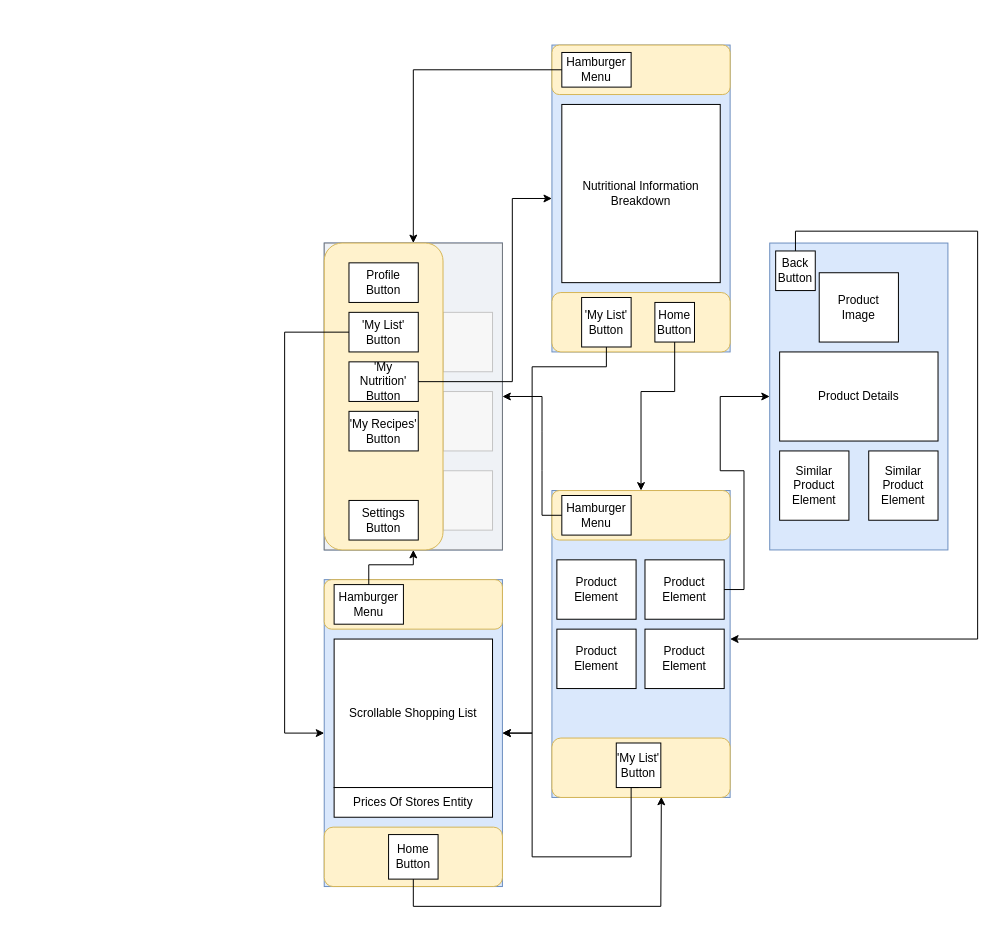
Above: Untitled Diagram.drawio in KyeBarker02/Eat_With_Ease (draw.io), before the change. Source tidied: cells renumbered, new cells numbered last; positions are measured from the earlier drawing's top-left corner, leaving out a move shared by most shapes. Both pictures are drawn from the tidied source at 99%, with x=0, y=0 at pixel (284, 45).
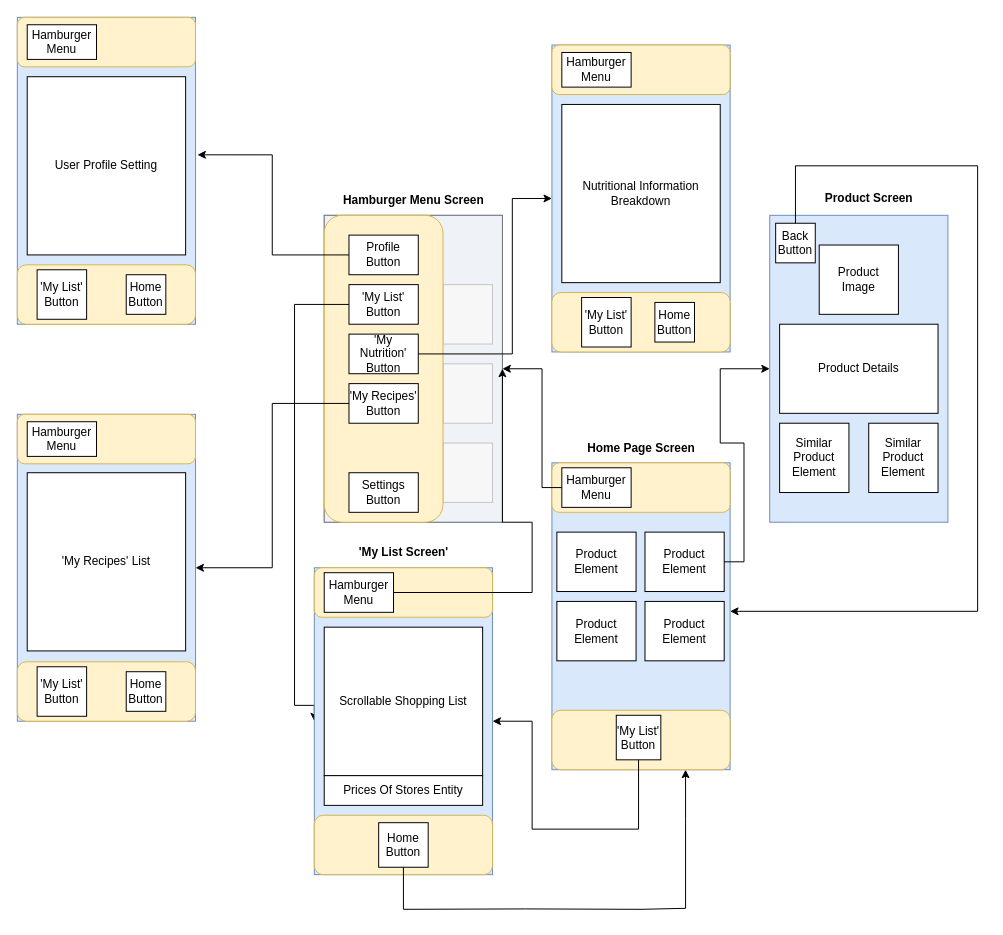
The same diagram, later.

Unchanged cells that the change refers to:
```xml
<mxCell id="4" style="rounded=1;whiteSpace=wrap;html=1;fillColor=#fff2cc;strokeColor=#d6b656;" parent="2" vertex="1">
  <mxGeometry y="250" width="180" height="60" as="geometry" />
</mxCell>
<mxCell id="5" style="rounded=1;whiteSpace=wrap;html=1;fillColor=#fff2cc;strokeColor=#d6b656;" parent="2" vertex="1">
  <mxGeometry width="180" height="50" as="geometry" />
</mxCell>
<mxCell id="6" value="Hamburger Menu" style="rounded=0;whiteSpace=wrap;html=1;" parent="2" vertex="1">
  <mxGeometry x="10" y="5" width="70" height="40" as="geometry" />
</mxCell>
<mxCell id="8" value="Product Element" style="rounded=0;whiteSpace=wrap;html=1;strokeColor=default;align=center;verticalAlign=middle;fontFamily=Helvetica;fontSize=12;fontColor=default;fillColor=default;" parent="2" vertex="1">
  <mxGeometry x="94" y="70" width="80" height="60" as="geometry" />
</mxCell>
<mxCell id="11" value="'My List' Button" style="rounded=0;whiteSpace=wrap;html=1;" parent="2" vertex="1">
  <mxGeometry x="65" y="255" width="45" height="45" as="geometry" />
</mxCell>
<mxCell id="15" style="rounded=0;whiteSpace=wrap;html=1;fillColor=#dae8fc;strokeColor=#6c8ebf;" parent="14" vertex="1">
  <mxGeometry width="180" height="310" as="geometry" />
</mxCell>
<mxCell id="18" value="Back Button" style="rounded=0;whiteSpace=wrap;html=1;" parent="14" vertex="1">
  <mxGeometry x="6" y="8" width="40" height="40" as="geometry" />
</mxCell>
<mxCell id="26" style="rounded=0;whiteSpace=wrap;html=1;fillStyle=auto;glass=0;shadow=0;opacity=80;fillColor=#f5f5f5;fontColor=#333333;strokeColor=#666666;" parent="21" vertex="1">
  <mxGeometry width="180" height="310" as="geometry" />
</mxCell>
<mxCell id="27" style="rounded=1;whiteSpace=wrap;html=1;fillColor=#fff2cc;strokeColor=#d6b656;" parent="21" vertex="1">
  <mxGeometry width="120" height="310" as="geometry" />
</mxCell>
<mxCell id="28" value="Profile Button" style="rounded=0;whiteSpace=wrap;html=1;" parent="21" vertex="1">
  <mxGeometry x="25" y="20" width="70" height="40" as="geometry" />
</mxCell>
<mxCell id="29" value="'My List' Button" style="rounded=0;whiteSpace=wrap;html=1;" parent="21" vertex="1">
  <mxGeometry x="25" y="70" width="70" height="40" as="geometry" />
</mxCell>
<mxCell id="30" value="'My Nutrition' Button" style="rounded=0;whiteSpace=wrap;html=1;" parent="21" vertex="1">
  <mxGeometry x="25" y="120" width="70" height="40" as="geometry" />
</mxCell>
<mxCell id="31" value="'My Recipes' Button" style="rounded=0;whiteSpace=wrap;html=1;" parent="21" vertex="1">
  <mxGeometry x="25" y="170" width="70" height="40" as="geometry" />
</mxCell>
<mxCell id="37" style="rounded=0;whiteSpace=wrap;html=1;fillColor=#dae8fc;strokeColor=#6c8ebf;" parent="36" vertex="1">
  <mxGeometry width="180" height="310" as="geometry" />
</mxCell>
<mxCell id="40" value="Hamburger Menu" style="rounded=0;whiteSpace=wrap;html=1;" parent="36" vertex="1">
  <mxGeometry x="10" y="5" width="70" height="40" as="geometry" />
</mxCell>
<mxCell id="41" value="Home Button" style="rounded=0;whiteSpace=wrap;html=1;" parent="36" vertex="1">
  <mxGeometry x="65" y="257.5" width="50" height="45" as="geometry" />
</mxCell>
<mxCell id="44" style="rounded=0;whiteSpace=wrap;html=1;fillColor=#dae8fc;strokeColor=#6c8ebf;" parent="1" vertex="1">
  <mxGeometry x="270" width="180" height="310" as="geometry" />
</mxCell>
<mxCell id="47" value="Home Button" style="rounded=0;whiteSpace=wrap;html=1;" parent="1" vertex="1">
  <mxGeometry x="374" y="260" width="40" height="40" as="geometry" />
</mxCell>
<mxCell id="48" value="'My List' Button" style="rounded=0;whiteSpace=wrap;html=1;" parent="1" vertex="1">
  <mxGeometry x="300" y="255" width="50" height="50" as="geometry" />
</mxCell>
<mxCell id="50" value="Hamburger Menu" style="rounded=0;whiteSpace=wrap;html=1;" parent="1" vertex="1">
  <mxGeometry x="280" y="7.5" width="70" height="35" as="geometry" />
</mxCell>
```

What changed in the source:
```diff
@@
     <mxCell id="2" style="group;" parent="1" vertex="1">
-      <mxGeometry x="270" y="450" width="185" height="310" as="geometry" />
+      <mxGeometry x="270" y="422" width="185" height="310" as="geometry" />
     </mxCell>
@@
     <mxCell id="12" style="endArrow=classic;html=1;rounded=0;exitX=0;exitY=0.5;exitDx=0;exitDy=0;entryX=1;entryY=0.5;entryDx=0;entryDy=0;" parent="1" edge="1" source="6" target="26">
       <mxGeometry relative="1" as="geometry">
         <Array as="points">
-          <mxPoint x="260" y="475" />
-          <mxPoint x="260" y="430" />
-          <mxPoint x="260" y="390" />
-          <mxPoint x="260" y="355" />
+          <mxPoint x="260" y="447" />
+          <mxPoint x="260" y="402" />
+          <mxPoint x="260" y="362" />
+          <mxPoint x="260" y="327" />
         </Array>
       </mxGeometry>
     </mxCell>
     <mxCell id="13" style="edgeStyle=orthogonalEdgeStyle;rounded=0;jettySize=auto;html=1;exitX=1;exitY=0.5;exitDx=0;exitDy=0;entryX=0;entryY=0.5;entryDx=0;entryDy=0;" parent="1" edge="1" source="8" target="15">
       <mxGeometry relative="1" as="geometry">
         <Array as="points">
-          <mxPoint x="464" y="550" />
-          <mxPoint x="464" y="430" />
-          <mxPoint x="440" y="430" />
-          <mxPoint x="440" y="355" />
+          <mxPoint x="464" y="522" />
+          <mxPoint x="464" y="402" />
+          <mxPoint x="440" y="402" />
+          <mxPoint x="440" y="327" />
         </Array>
       </mxGeometry>
     </mxCell>
     <mxCell id="14" style="group;" parent="1" vertex="1">
-      <mxGeometry x="490" y="200" width="180" height="310" as="geometry" />
+      <mxGeometry x="490" y="172" width="180" height="310" as="geometry" />
     </mxCell>
@@
     <mxCell id="21" style="group;" parent="1" vertex="1">
-      <mxGeometry x="40" y="200" width="180" height="310" as="geometry" />
+      <mxGeometry x="40" y="172" width="180" height="310" as="geometry" />
     </mxCell>
@@
     <mxCell id="33" style="edgeStyle=orthogonalEdgeStyle;rounded=0;jettySize=auto;html=1;exitX=0.5;exitY=0;exitDx=0;exitDy=0;" parent="1" edge="1" source="18">
       <mxGeometry relative="1" as="geometry">
-        <mxPoint x="450" y="600" as="targetPoint" />
+        <mxPoint x="450" y="572" as="targetPoint" />
         <Array as="points">
-          <mxPoint x="516" y="188" />
-          <mxPoint x="700" y="188" />
-          <mxPoint x="700" y="600" />
-          <mxPoint x="450" y="600" />
+          <mxPoint x="516" y="122" />
+          <mxPoint x="700" y="122" />
+          <mxPoint x="700" y="572" />
         </Array>
       </mxGeometry>
     </mxCell>
     <mxCell id="34" style="edgeStyle=orthogonalEdgeStyle;rounded=0;jettySize=auto;html=1;exitX=0.5;exitY=1;exitDx=0;exitDy=0;entryX=1;entryY=0.5;entryDx=0;entryDy=0;" parent="1" edge="1" source="11" target="37">
       <mxGeometry relative="1" as="geometry">
         <Array as="points">
-          <mxPoint x="350" y="820" />
-          <mxPoint x="250" y="820" />
-          <mxPoint x="250" y="695" />
+          <mxPoint x="358" y="792" />
+          <mxPoint x="250" y="792" />
+          <mxPoint x="250" y="683" />
         </Array>
       </mxGeometry>
     </mxCell>
     <mxCell id="35" style="edgeStyle=orthogonalEdgeStyle;rounded=0;jettySize=auto;html=1;exitX=0;exitY=0.5;exitDx=0;exitDy=0;entryX=0;entryY=0.5;entryDx=0;entryDy=0;" parent="1" edge="1" source="29" target="37">
       <mxGeometry relative="1" as="geometry">
         <Array as="points">
-          <mxPoint y="290" />
-          <mxPoint y="695" />
+          <mxPoint x="10" y="262" />
+          <mxPoint x="10" y="667" />
         </Array>
       </mxGeometry>
     </mxCell>
     <mxCell id="36" style="group;" parent="1" vertex="1">
-      <mxGeometry x="40" y="540" width="180" height="310" as="geometry" />
+      <mxGeometry x="30" y="528" width="180" height="310" as="geometry" />
     </mxCell>
@@
     <mxCell id="51" style="endArrow=classic;html=1;rounded=0;exitX=1;exitY=0.5;exitDx=0;exitDy=0;entryX=0;entryY=0.5;entryDx=0;entryDy=0;" parent="1" edge="1" source="30" target="44">
       <mxGeometry relative="1" as="geometry">
         <Array as="points">
-          <mxPoint x="230" y="340" />
+          <mxPoint x="230" y="312" />
           <mxPoint x="230" y="155" />
         </Array>
       </mxGeometry>
     </mxCell>
-    <mxCell id="52" style="endArrow=classic;html=1;rounded=0;exitX=0;exitY=0.5;exitDx=0;exitDy=0;entryX=0.75;entryY=0;entryDx=0;entryDy=0;" parent="1" edge="1" source="50" target="27">
-      <mxGeometry relative="1" as="geometry">
-        <Array as="points">
-          <mxPoint x="130" y="25" />
-        </Array>
-      </mxGeometry>
-    </mxCell>
-    <mxCell id="53" style="endArrow=classic;html=1;rounded=0;exitX=0.5;exitY=1;exitDx=0;exitDy=0;entryX=0.5;entryY=0;entryDx=0;entryDy=0;" parent="1" edge="1" source="47" target="5">
-      <mxGeometry relative="1" as="geometry">
-        <Array as="points">
-          <mxPoint x="394" y="350" />
-          <mxPoint x="360" y="350" />
-        </Array>
-      </mxGeometry>
-    </mxCell>
-    <mxCell id="54" style="endArrow=classic;html=1;rounded=0;exitX=0.5;exitY=1;exitDx=0;exitDy=0;" parent="1" edge="1" source="48">
-      <mxGeometry relative="1" as="geometry">
-        <mxPoint x="220" y="695" as="targetPoint" />
-        <Array as="points">
-          <mxPoint x="325" y="325" />
-          <mxPoint x="250" y="325" />
-          <mxPoint x="250" y="695" />
-        </Array>
-      </mxGeometry>
-    </mxCell>
-    <mxCell id="55" style="edgeStyle=orthogonalEdgeStyle;rounded=0;jettySize=auto;html=1;exitX=0.5;exitY=0;exitDx=0;exitDy=0;entryX=0.75;entryY=1;entryDx=0;entryDy=0;" parent="1" edge="1" source="40" target="27">
-      <mxGeometry relative="1" as="geometry" />
+    <mxCell id="55" style="edgeStyle=orthogonalEdgeStyle;rounded=0;jettySize=auto;html=1;exitX=1;exitY=0.5;exitDx=0;exitDy=0;entryX=1;entryY=0.5;entryDx=0;entryDy=0;" parent="1" edge="1" source="40" target="26">
+      <mxGeometry relative="1" as="geometry">
+        <Array as="points">
+          <mxPoint x="250" y="553" />
+          <mxPoint x="250" y="482" />
+          <mxPoint x="220" y="482" />
+        </Array>
+      </mxGeometry>
     </mxCell>
-    <mxCell id="56" style="endArrow=classic;html=1;rounded=0;exitX=0.5;exitY=1;exitDx=0;exitDy=0;entryX=0.614;entryY=0.99;entryDx=0;entryDy=0;entryPerimeter=0;" parent="1" edge="1" source="41" target="4">
+    <mxCell id="56" style="endArrow=classic;html=1;rounded=0;exitX=0.5;exitY=1;exitDx=0;exitDy=0;entryX=0.75;entryY=1;entryDx=0;entryDy=0;" parent="1" edge="1" source="41" target="4">
       <mxGeometry relative="1" as="geometry">
         <Array as="points">
-          <mxPoint x="130" y="870" />
-          <mxPoint x="380" y="870" />
+          <mxPoint x="120" y="873" />
+          <mxPoint x="243.5" y="872.6" />
+          <mxPoint x="360" y="873" />
+          <mxPoint x="405" y="872" />
+          <mxPoint x="405" y="782" />
         </Array>
       </mxGeometry>
     </mxCell>
+    <mxCell id="57" style="rounded=0;whiteSpace=wrap;html=1;fillColor=#dae8fc;strokeColor=#6c8ebf;" parent="1" vertex="1">
+      <mxGeometry x="-270" y="-28" width="180" height="310" as="geometry" />
+    </mxCell>
+    <mxCell id="58" style="rounded=1;whiteSpace=wrap;html=1;fillColor=#fff2cc;strokeColor=#d6b656;" parent="1" vertex="1">
+      <mxGeometry x="-270" y="222" width="180" height="60" as="geometry" />
+    </mxCell>
+    <mxCell id="59" style="rounded=1;whiteSpace=wrap;html=1;fillColor=#fff2cc;strokeColor=#d6b656;" parent="1" vertex="1">
+      <mxGeometry x="-270" y="-28" width="180" height="50" as="geometry" />
+    </mxCell>
+    <mxCell id="60" value="Hamburger Menu" style="rounded=0;whiteSpace=wrap;html=1;" parent="1" vertex="1">
+      <mxGeometry x="-260" y="-20.5" width="70" height="35" as="geometry" />
+    </mxCell>
+    <mxCell id="61" value="'My List' Button" style="rounded=0;whiteSpace=wrap;html=1;" parent="1" vertex="1">
+      <mxGeometry x="-250" y="227" width="50" height="50" as="geometry" />
+    </mxCell>
+    <mxCell id="62" value="Home Button" style="rounded=0;whiteSpace=wrap;html=1;" parent="1" vertex="1">
+      <mxGeometry x="-160" y="232" width="40" height="40" as="geometry" />
+    </mxCell>
+    <mxCell id="63" style="rounded=0;whiteSpace=wrap;html=1;fillColor=#dae8fc;strokeColor=#6c8ebf;" parent="1" vertex="1">
+      <mxGeometry x="-270" y="373" width="180" height="310" as="geometry" />
+    </mxCell>
+    <mxCell id="64" style="rounded=1;whiteSpace=wrap;html=1;fillColor=#fff2cc;strokeColor=#d6b656;" parent="1" vertex="1">
+      <mxGeometry x="-270" y="623" width="180" height="60" as="geometry" />
+    </mxCell>
+    <mxCell id="65" style="rounded=1;whiteSpace=wrap;html=1;fillColor=#fff2cc;strokeColor=#d6b656;" parent="1" vertex="1">
+      <mxGeometry x="-270" y="373" width="180" height="50" as="geometry" />
+    </mxCell>
+    <mxCell id="66" value="Hamburger Menu" style="rounded=0;whiteSpace=wrap;html=1;" parent="1" vertex="1">
+      <mxGeometry x="-260" y="380.5" width="70" height="35" as="geometry" />
+    </mxCell>
+    <mxCell id="67" value="'My List' Button" style="rounded=0;whiteSpace=wrap;html=1;" parent="1" vertex="1">
+      <mxGeometry x="-250" y="628" width="50" height="50" as="geometry" />
+    </mxCell>
+    <mxCell id="68" value="Home Button" style="rounded=0;whiteSpace=wrap;html=1;" parent="1" vertex="1">
+      <mxGeometry x="-160" y="633" width="40" height="40" as="geometry" />
+    </mxCell>
+    <mxCell id="69" value="User Profile Setting" style="rounded=0;whiteSpace=wrap;html=1;" parent="1" vertex="1">
+      <mxGeometry x="-260" y="32" width="160" height="180" as="geometry" />
+    </mxCell>
+    <mxCell id="70" value="'My Recipes' List" style="rounded=0;whiteSpace=wrap;html=1;" parent="1" vertex="1">
+      <mxGeometry x="-260" y="432" width="160" height="180" as="geometry" />
+    </mxCell>
+    <mxCell id="71" style="edgeStyle=orthogonalEdgeStyle;rounded=0;jettySize=auto;html=1;exitX=0;exitY=0.5;exitDx=0;exitDy=0;entryX=1.011;entryY=0.448;entryDx=0;entryDy=0;entryPerimeter=0;" parent="1" edge="1" source="28" target="57">
+      <mxGeometry relative="1" as="geometry" />
+    </mxCell>
+    <mxCell id="72" style="edgeStyle=orthogonalEdgeStyle;rounded=0;jettySize=auto;html=1;exitX=0;exitY=0.5;exitDx=0;exitDy=0;entryX=1;entryY=0.5;entryDx=0;entryDy=0;" parent="1" edge="1" source="31" target="63">
+      <mxGeometry relative="1" as="geometry" />
+    </mxCell>
+    <mxCell id="73" value="&lt;b&gt;Hamburger Menu Screen&lt;/b&gt;" style="text;html=1;align=center;verticalAlign=middle;strokeColor=none;fillColor=none;" parent="1" vertex="1">
+      <mxGeometry x="45" y="142" width="170" height="30" as="geometry" />
+    </mxCell>
+    <mxCell id="74" value="&lt;b&gt;Home Page Screen&lt;/b&gt;" style="text;html=1;align=center;verticalAlign=middle;strokeColor=none;fillColor=none;" parent="1" vertex="1">
+      <mxGeometry x="295" y="393" width="130" height="30" as="geometry" />
+    </mxCell>
+    <mxCell id="75" value="&lt;b&gt;'My List Screen'&lt;/b&gt;" style="text;html=1;align=center;verticalAlign=middle;strokeColor=none;fillColor=none;" parent="1" vertex="1">
+      <mxGeometry x="65" y="498" width="110" height="30" as="geometry" />
+    </mxCell>
+    <mxCell id="76" value="&lt;b&gt;Product Screen&lt;/b&gt;" style="text;html=1;align=center;verticalAlign=middle;strokeColor=none;fillColor=none;" parent="1" vertex="1">
+      <mxGeometry x="535" y="140" width="110" height="30" as="geometry" />
+    </mxCell>
```
